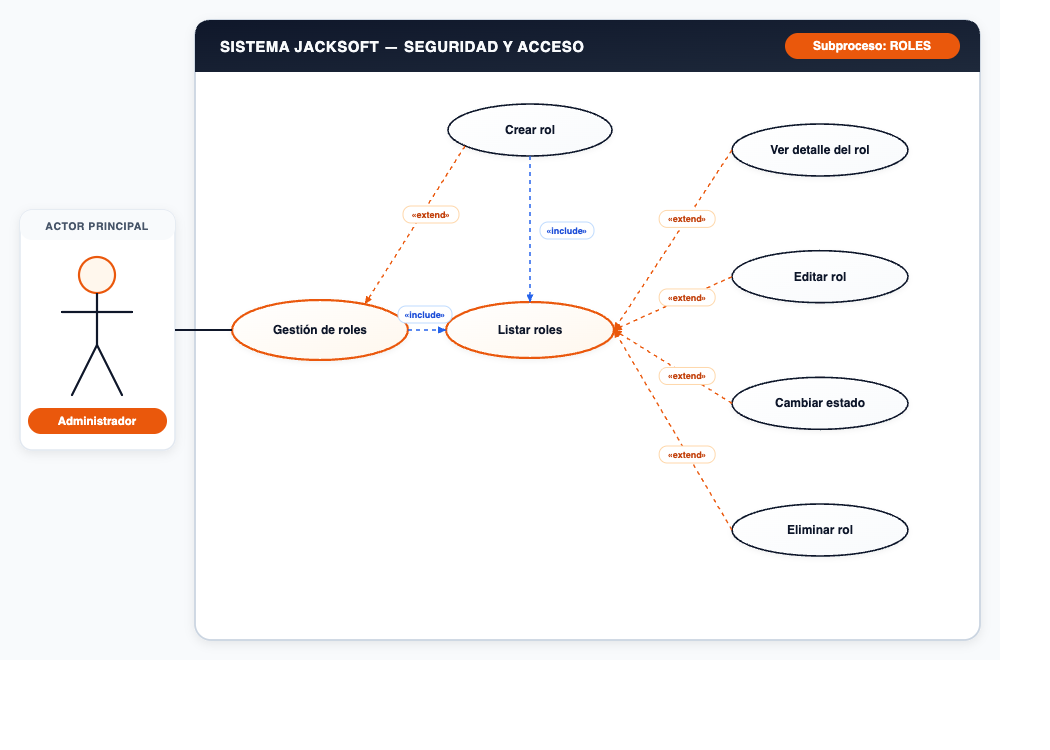
Earlier version of the PlantUML export Diagramas_PNG/ROLES.png (alejandrogomezmesa1/Documentacion_JackSoft). Its source is kept beside it as Diagramas_PUML/ROLES.puml. Source of this version:
```plantuml
@startuml
left to right direction
skinparam packageStyle rectangle
skinparam nodesep 50
skinparam ranksep 70
skinparam shadowing true
skinparam defaultFontName "Inter, Arial, sans-serif"

skinparam actor {
  BorderColor #0f172a
  BackgroundColor #fff7ed
}

skinparam usecase {
  BackgroundColor #ffffff
  BorderColor #0f172a
  ArrowColor #ea580c
}

skinparam usecase<<hub>> {
  BackgroundColor #fff7ed
  BorderColor #ea580c
}

actor "Administrador" as actor_user

rectangle "SISTEMA JACKSOFT — SEGURIDAD Y ACCESO (ROLES)" {
  usecase "Gestión de roles" as UC_Hub <<hub>>
  usecase "Listar roles" as UC_Central <<hub>>
  usecase "Crear rol" as UC_Top1
  usecase "Ver detalle del rol" as UC_R1
  usecase "Editar rol" as UC_R2
  usecase "Cambiar estado" as UC_R3
  usecase "Eliminar rol" as UC_R4
}

actor_user --> UC_Hub
UC_Hub .> UC_Central : <<include>>
UC_Top1 ..> UC_Hub : <<extend>>
UC_Top1 .> UC_Central : <<include>>
UC_R1 ..> UC_Central : <<extend>>
UC_R2 ..> UC_Central : <<extend>>
UC_R3 ..> UC_Central : <<extend>>
UC_R4 ..> UC_Central : <<extend>>
@enduml
```
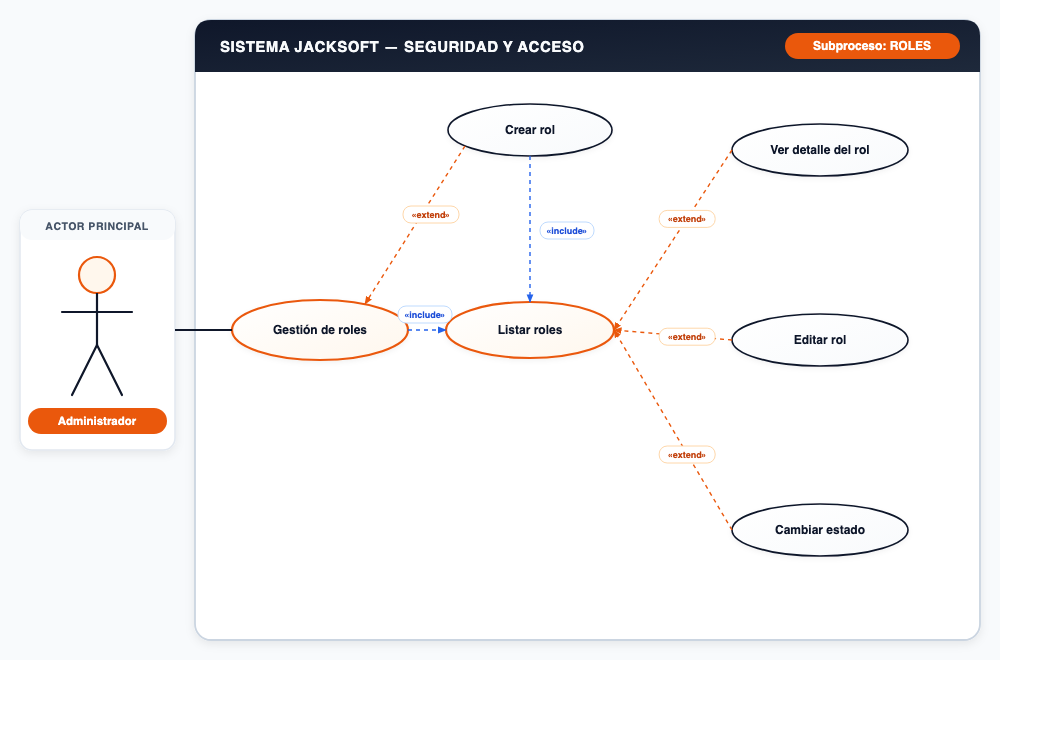
After the change.

Diff of the diagram source:
```diff
@@ -31,7 +31,6 @@
   usecase "Ver detalle del rol" as UC_R1
   usecase "Editar rol" as UC_R2
   usecase "Cambiar estado" as UC_R3
-  usecase "Eliminar rol" as UC_R4
 }
 
 actor_user --> UC_Hub
@@ -41,5 +40,4 @@
 UC_R1 ..> UC_Central : <<extend>>
 UC_R2 ..> UC_Central : <<extend>>
 UC_R3 ..> UC_Central : <<extend>>
-UC_R4 ..> UC_Central : <<extend>>
 @enduml
```
